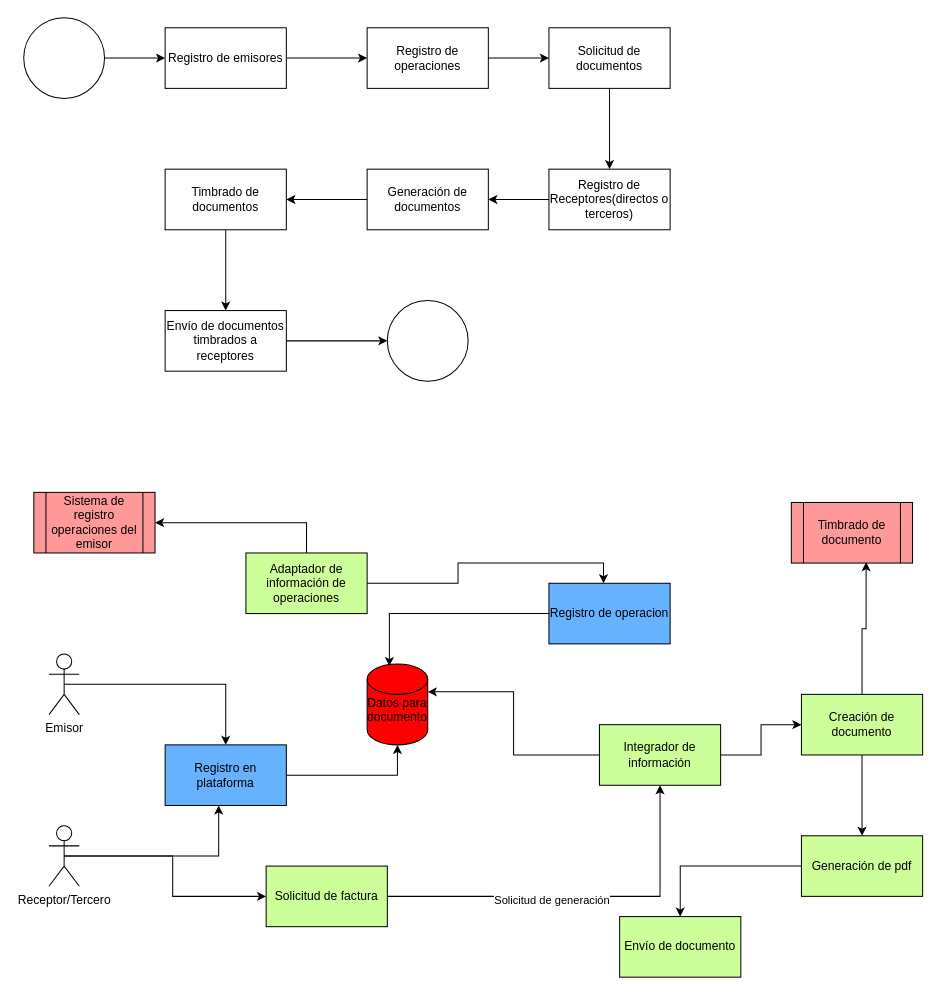
KojoSofosIt/fiscal keeps this draw.io diagram as factomex.drawio. Above is the earlier version. Source tidied: cells renumbered, new cells numbered last; positions are measured from the earlier drawing's top-left corner, leaving out a move shared by most shapes. Both pictures are drawn from the tidied source at 101%, with x=0, y=0 at pixel (23, 17).
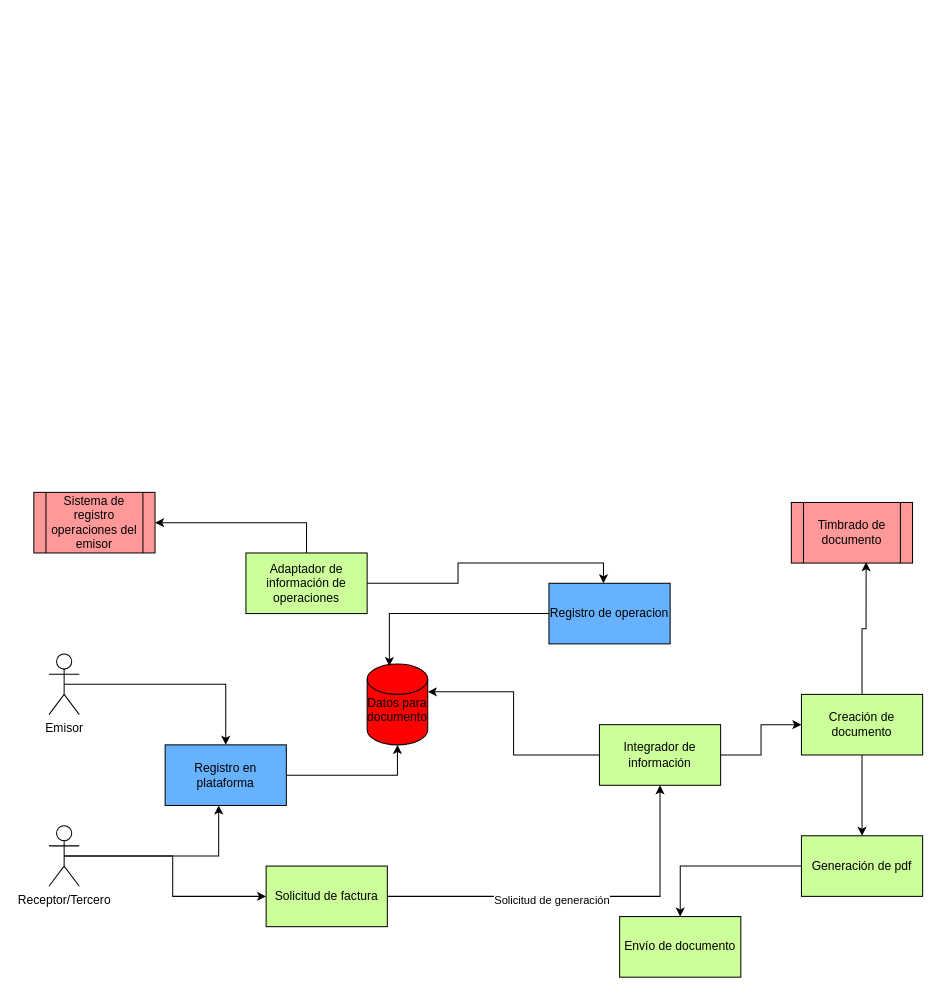
After the change.

Change to the diagram source:
```diff
@@
-    <mxCell id="2" style="edgeStyle=orthogonalEdgeStyle;rounded=0;jettySize=auto;html=1;" parent="1" edge="1" source="3" target="5">
-      <mxGeometry relative="1" as="geometry" />
-    </mxCell>
-    <mxCell id="3" style="ellipse;whiteSpace=wrap;html=1;" parent="1" vertex="1">
-      <mxGeometry width="80" height="80" as="geometry" />
-    </mxCell>
-    <mxCell id="4" style="edgeStyle=orthogonalEdgeStyle;rounded=0;jettySize=auto;html=1;" parent="1" edge="1" source="5" target="6">
-      <mxGeometry relative="1" as="geometry" />
-    </mxCell>
-    <mxCell id="5" value="&lt;div&gt;Registro de emisores&lt;/div&gt;" style="whiteSpace=wrap;html=1;" parent="1" vertex="1">
-      <mxGeometry x="140" y="10" width="120" height="60" as="geometry" />
-    </mxCell>
-    <mxCell id="6" value="Registro de operaciones" style="whiteSpace=wrap;html=1;" parent="1" vertex="1">
-      <mxGeometry x="340" y="10" width="120" height="60" as="geometry" />
-    </mxCell>
-    <mxCell id="7" value="Registro de Receptores(directos o terceros)" style="whiteSpace=wrap;html=1;" parent="1" vertex="1">
-      <mxGeometry x="520" y="150" width="120" height="60" as="geometry" />
-    </mxCell>
-    <mxCell id="8" value="Solicitud de documentos" style="whiteSpace=wrap;html=1;" parent="1" vertex="1">
-      <mxGeometry x="520" y="10" width="120" height="60" as="geometry" />
-    </mxCell>
-    <mxCell id="9" style="edgeStyle=orthogonalEdgeStyle;rounded=0;jettySize=auto;html=1;" parent="1" edge="1" source="10" target="12">
-      <mxGeometry relative="1" as="geometry" />
-    </mxCell>
-    <mxCell id="10" value="Generación de documentos" style="whiteSpace=wrap;html=1;" parent="1" vertex="1">
-      <mxGeometry x="340" y="150" width="120" height="60" as="geometry" />
-    </mxCell>
-    <mxCell id="11" style="edgeStyle=orthogonalEdgeStyle;rounded=0;jettySize=auto;html=1;" parent="1" edge="1" source="12" target="14">
-      <mxGeometry relative="1" as="geometry" />
-    </mxCell>
-    <mxCell id="12" value="Timbrado de documentos" style="whiteSpace=wrap;html=1;" parent="1" vertex="1">
-      <mxGeometry x="140" y="150" width="120" height="60" as="geometry" />
-    </mxCell>
-    <mxCell id="13" style="edgeStyle=orthogonalEdgeStyle;rounded=0;jettySize=auto;html=1;" parent="1" edge="1" source="14" target="18">
-      <mxGeometry relative="1" as="geometry" />
-    </mxCell>
-    <mxCell id="14" value="Envío de documentos timbrados a receptores" style="whiteSpace=wrap;html=1;" parent="1" vertex="1">
-      <mxGeometry x="140" y="290" width="120" height="60" as="geometry" />
-    </mxCell>
-    <mxCell id="15" style="endArrow=classic;html=1;rounded=0;exitX=1;exitY=0.5;exitDx=0;exitDy=0;entryX=0;entryY=0.5;entryDx=0;entryDy=0;" parent="1" edge="1" source="6" target="8">
-      <mxGeometry relative="1" as="geometry" />
-    </mxCell>
-    <mxCell id="16" style="endArrow=classic;html=1;rounded=0;entryX=0.5;entryY=0;entryDx=0;entryDy=0;" parent="1" edge="1" source="8" target="7">
-      <mxGeometry relative="1" as="geometry" />
-    </mxCell>
-    <mxCell id="17" style="endArrow=classic;html=1;rounded=0;exitX=0;exitY=0.5;exitDx=0;exitDy=0;" parent="1" edge="1" source="7" target="10">
-      <mxGeometry relative="1" as="geometry" />
-    </mxCell>
-    <mxCell id="18" style="ellipse;whiteSpace=wrap;html=1;" parent="1" vertex="1">
-      <mxGeometry x="360" y="280" width="80" height="80" as="geometry" />
-    </mxCell>
```
